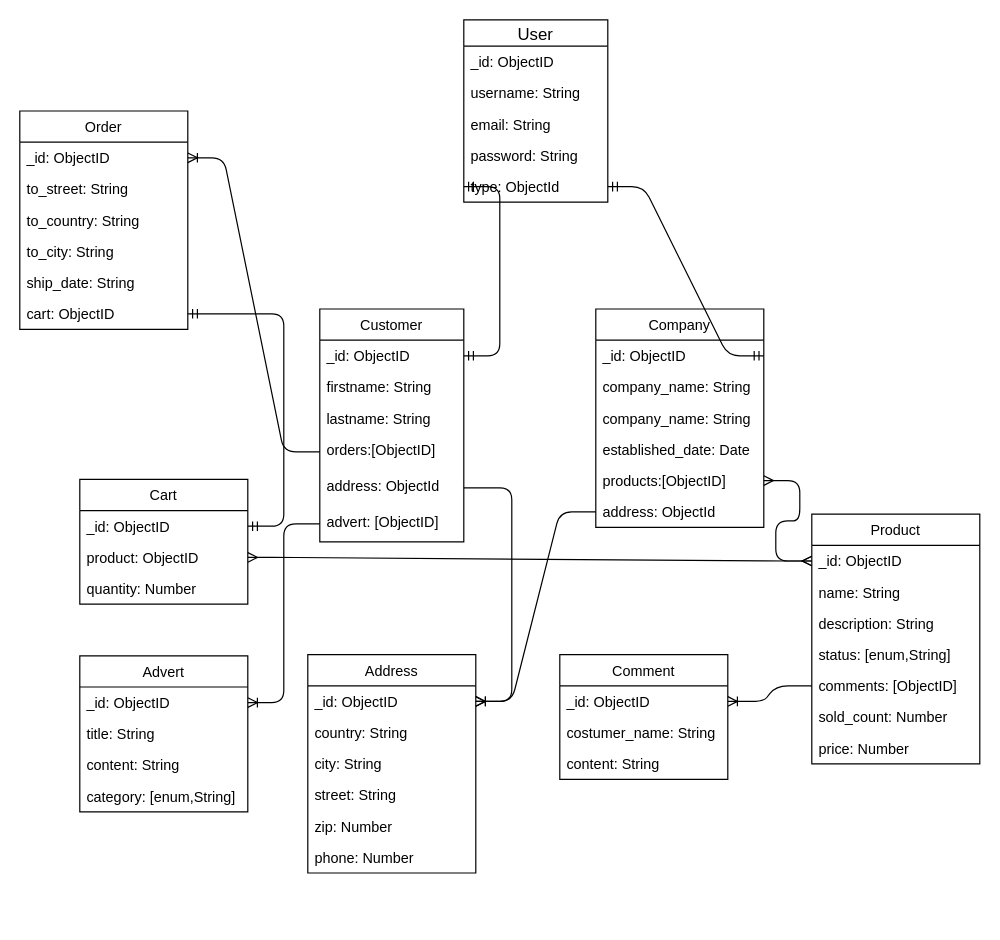
The draw.io diagram project-files/diagram/Untitled Diagram.drawio in erdimkinik0/full-stack-basic-Amzone, before the edit. Source tidied: cells renumbered, new cells numbered last; positions are measured from the earlier drawing's top-left corner, leaving out a move shared by most shapes. Both pictures are drawn from the tidied source at 120%, with x=0, y=0 at pixel (19, 19).
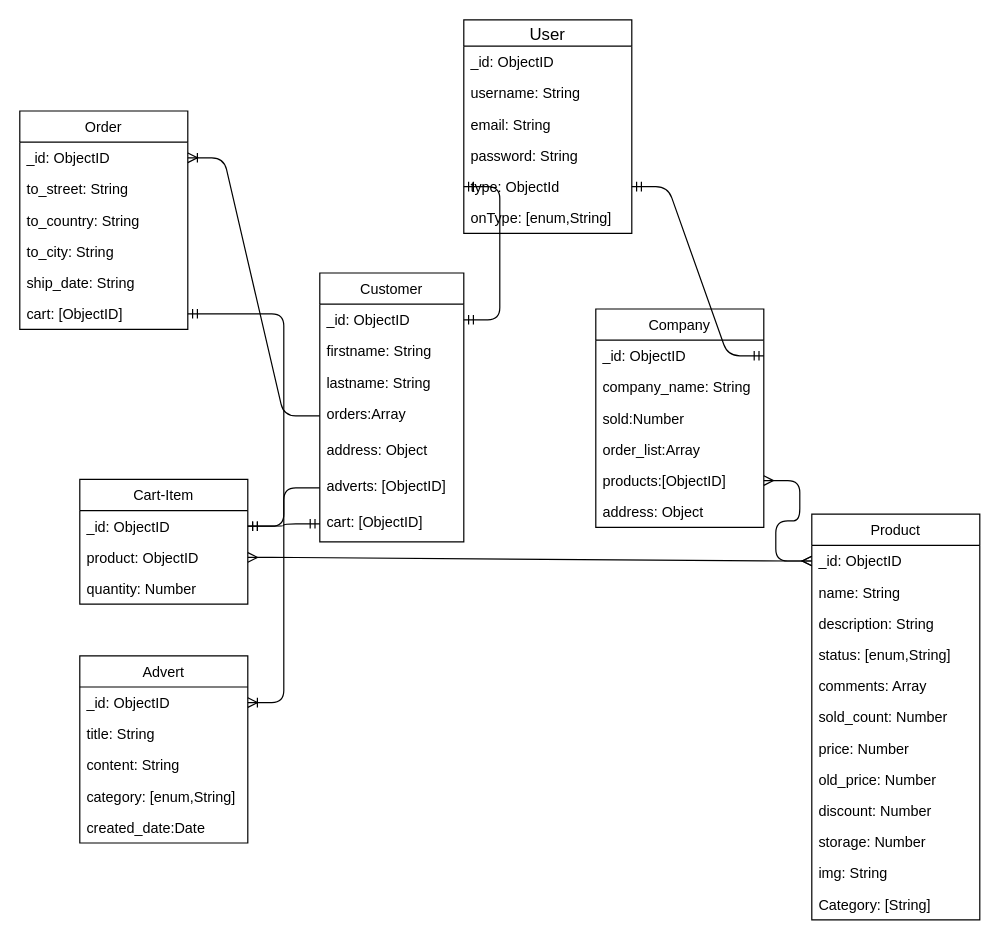
The same page after the edit.

The change refers to these unchanged cells:
```xml
<mxCell id="8" value="Company" style="swimlane;fontStyle=0;horizontal=1;startSize=26;fillColor=none;strokeWidth=1;" parent="1" vertex="1">
  <mxGeometry x="480" y="241" width="140" height="182" as="geometry" />
</mxCell>
<mxCell id="29" value="Order" style="swimlane;fontStyle=0;horizontal=1;startSize=26;fillColor=none;strokeWidth=1;" parent="1" vertex="1">
  <mxGeometry y="76" width="140" height="182" as="geometry" />
</mxCell>
<mxCell id="49" value="_id: ObjectID" style="text;strokeColor=none;fillColor=none;align=left;verticalAlign=top;spacingLeft=4;spacingRight=4;overflow=hidden;points=[[0,0.5],[1,0.5]];portConstraint=eastwest;" parent="48" vertex="1">
  <mxGeometry y="26" width="140" height="26" as="geometry" />
</mxCell>
```

What changed in the source:
```diff
@@
     <mxCell id="2" value="User" style="swimlane;fontStyle=0;horizontal=1;startSize=22;fillColor=none;swimlaneFillColor=#ffffff;align=center;fontSize=14;strokeWidth=1;" parent="1" vertex="1">
-      <mxGeometry x="370" width="120" height="152" as="geometry" />
+      <mxGeometry x="370" width="140" height="178" as="geometry" />
     </mxCell>
     <mxCell id="3" value="_id: ObjectID" style="text;strokeColor=none;fillColor=none;spacingLeft=4;spacingRight=4;overflow=hidden;fontSize=12;strokeWidth=1;" parent="2" vertex="1">
-      <mxGeometry y="22" width="120" height="26" as="geometry" />
+      <mxGeometry y="22" width="140" height="26" as="geometry" />
     </mxCell>
     <mxCell id="4" value="username: String" style="text;strokeColor=none;fillColor=none;spacingLeft=4;spacingRight=4;overflow=hidden;fontSize=12;strokeWidth=1;" parent="2" vertex="1">
-      <mxGeometry y="48" width="120" height="26" as="geometry" />
+      <mxGeometry y="48" width="140" height="26" as="geometry" />
     </mxCell>
     <mxCell id="5" value="email: String&#10;" style="text;strokeColor=none;fillColor=none;spacingLeft=4;spacingRight=4;overflow=hidden;fontSize=12;strokeWidth=1;" parent="2" vertex="1">
-      <mxGeometry y="74" width="120" height="26" as="geometry" />
+      <mxGeometry y="74" width="140" height="26" as="geometry" />
     </mxCell>
     <mxCell id="6" value="password: String" style="text;strokeColor=none;fillColor=none;spacingLeft=4;spacingRight=4;overflow=hidden;fontSize=12;strokeWidth=1;" parent="2" vertex="1">
-      <mxGeometry y="100" width="120" height="26" as="geometry" />
+      <mxGeometry y="100" width="140" height="26" as="geometry" />
     </mxCell>
     <mxCell id="7" value="type: ObjectId " style="text;strokeColor=none;fillColor=none;spacingLeft=4;spacingRight=4;overflow=hidden;points=[[0,0.5],[1,0.5]];portConstraint=eastwest;fontSize=12;strokeWidth=1;" parent="2" vertex="1">
-      <mxGeometry y="126" width="120" height="26" as="geometry" />
+      <mxGeometry y="126" width="140" height="26" as="geometry" />
     </mxCell>
+    <mxCell id="67" value="onType: [enum,String]" style="text;strokeColor=none;fillColor=none;spacingLeft=4;spacingRight=4;overflow=hidden;fontSize=12;strokeWidth=1;" parent="2" vertex="1">
+      <mxGeometry y="152" width="140" height="26" as="geometry" />
+    </mxCell>
@@
-    <mxCell id="11" value="company_name: String" style="text;strokeColor=none;fillColor=none;align=left;verticalAlign=top;spacingLeft=4;spacingRight=4;overflow=hidden;strokeWidth=1;" parent="8" vertex="1">
+    <mxCell id="11" value="sold:Number" style="text;strokeColor=none;fillColor=none;align=left;verticalAlign=top;spacingLeft=4;spacingRight=4;overflow=hidden;strokeWidth=1;" parent="8" vertex="1">
       <mxGeometry y="78" width="140" height="26" as="geometry" />
     </mxCell>
-    <mxCell id="12" value="established_date: Date" style="text;strokeColor=none;fillColor=none;align=left;verticalAlign=top;spacingLeft=4;spacingRight=4;overflow=hidden;strokeWidth=1;" parent="8" vertex="1">
+    <mxCell id="12" value="order_list:Array" style="text;strokeColor=none;fillColor=none;align=left;verticalAlign=top;spacingLeft=4;spacingRight=4;overflow=hidden;strokeWidth=1;" parent="8" vertex="1">
       <mxGeometry y="104" width="140" height="26" as="geometry" />
     </mxCell>
@@
-    <mxCell id="14" value="address: ObjectId" style="text;strokeColor=none;fillColor=none;align=left;verticalAlign=top;spacingLeft=4;spacingRight=4;overflow=hidden;points=[[0,0.5],[1,0.5]];portConstraint=eastwest;strokeWidth=1;" parent="8" vertex="1">
+    <mxCell id="14" value="address: Object" style="text;strokeColor=none;fillColor=none;align=left;verticalAlign=top;spacingLeft=4;spacingRight=4;overflow=hidden;points=[[0,0.5],[1,0.5]];portConstraint=eastwest;strokeWidth=1;" parent="8" vertex="1">
       <mxGeometry y="156" width="140" height="26" as="geometry" />
     </mxCell>
     <mxCell id="15" value="Customer" style="swimlane;fontStyle=0;horizontal=1;startSize=26;fillColor=none;strokeWidth=1;" parent="1" vertex="1">
-      <mxGeometry x="250" y="241" width="120" height="194" as="geometry" />
+      <mxGeometry x="250" y="211" width="120" height="224" as="geometry" />
     </mxCell>
@@
-    <mxCell id="19" value="orders:[ObjectID]" style="text;strokeColor=none;fillColor=none;align=left;verticalAlign=top;spacingLeft=4;spacingRight=4;overflow=hidden;points=[[0,0.5],[1,0.5]];portConstraint=eastwest;" parent="15" vertex="1">
+    <mxCell id="19" value="orders:Array" style="text;strokeColor=none;fillColor=none;align=left;verticalAlign=top;spacingLeft=4;spacingRight=4;overflow=hidden;points=[[0,0.5],[1,0.5]];portConstraint=eastwest;" parent="15" vertex="1">
       <mxGeometry y="104" width="120" height="30" as="geometry" />
     </mxCell>
-    <mxCell id="20" value="address: ObjectId" style="text;strokeColor=none;fillColor=none;align=left;verticalAlign=top;spacingLeft=4;spacingRight=4;overflow=hidden;points=[[0,0.5],[1,0.5]];portConstraint=eastwest;" parent="15" vertex="1">
+    <mxCell id="20" value="address: Object" style="text;strokeColor=none;fillColor=none;align=left;verticalAlign=top;spacingLeft=4;spacingRight=4;overflow=hidden;points=[[0,0.5],[1,0.5]];portConstraint=eastwest;" parent="15" vertex="1">
       <mxGeometry y="134" width="120" height="30" as="geometry" />
     </mxCell>
-    <mxCell id="21" value="advert: [ObjectID]" style="text;strokeColor=none;fillColor=none;align=left;verticalAlign=top;spacingLeft=4;spacingRight=4;overflow=hidden;points=[[0,0.5],[1,0.5]];portConstraint=eastwest;" parent="15" vertex="1">
+    <mxCell id="21" value="adverts: [ObjectID]" style="text;strokeColor=none;fillColor=none;align=left;verticalAlign=top;spacingLeft=4;spacingRight=4;overflow=hidden;points=[[0,0.5],[1,0.5]];portConstraint=eastwest;" parent="15" vertex="1">
       <mxGeometry y="164" width="120" height="30" as="geometry" />
     </mxCell>
-    <mxCell id="22" value="Address" style="swimlane;fontStyle=0;horizontal=1;startSize=26;fillColor=none;strokeWidth=1;" parent="1" vertex="1">
-      <mxGeometry x="240" y="529" width="140" height="182" as="geometry" />
-    </mxCell>
-    <mxCell id="23" value="_id: ObjectID" style="text;strokeColor=none;fillColor=none;align=left;verticalAlign=top;spacingLeft=4;spacingRight=4;overflow=hidden;points=[[0,0.5],[1,0.5]];portConstraint=eastwest;" parent="22" vertex="1">
-      <mxGeometry y="26" width="140" height="26" as="geometry" />
-    </mxCell>
-    <mxCell id="24" value="country: String" style="text;strokeColor=none;fillColor=none;align=left;verticalAlign=top;spacingLeft=4;spacingRight=4;overflow=hidden;" parent="22" vertex="1">
-      <mxGeometry y="52" width="140" height="26" as="geometry" />
-    </mxCell>
-    <mxCell id="25" value="city: String" style="text;strokeColor=none;fillColor=none;align=left;verticalAlign=top;spacingLeft=4;spacingRight=4;overflow=hidden;" parent="22" vertex="1">
-      <mxGeometry y="78" width="140" height="26" as="geometry" />
-    </mxCell>
-    <mxCell id="26" value="street: String" style="text;strokeColor=none;fillColor=none;align=left;verticalAlign=top;spacingLeft=4;spacingRight=4;overflow=hidden;" parent="22" vertex="1">
-      <mxGeometry y="104" width="140" height="26" as="geometry" />
-    </mxCell>
-    <mxCell id="27" value="zip: Number" style="text;strokeColor=none;fillColor=none;align=left;verticalAlign=top;spacingLeft=4;spacingRight=4;overflow=hidden;" parent="22" vertex="1">
-      <mxGeometry y="130" width="140" height="26" as="geometry" />
-    </mxCell>
-    <mxCell id="28" value="phone: Number" style="text;strokeColor=none;fillColor=none;align=left;verticalAlign=top;spacingLeft=4;spacingRight=4;overflow=hidden;" parent="22" vertex="1">
-      <mxGeometry y="156" width="140" height="26" as="geometry" />
-    </mxCell>
+    <mxCell id="68" value="cart: [ObjectID]" style="text;strokeColor=none;fillColor=none;align=left;verticalAlign=top;spacingLeft=4;spacingRight=4;overflow=hidden;points=[[0,0.5],[1,0.5]];portConstraint=eastwest;" parent="15" vertex="1">
+      <mxGeometry y="194" width="120" height="30" as="geometry" />
+    </mxCell>
@@
-    <mxCell id="35" value="cart: ObjectID" style="text;strokeColor=none;fillColor=none;align=left;verticalAlign=top;spacingLeft=4;spacingRight=4;overflow=hidden;points=[[0,0.5],[1,0.5]];portConstraint=eastwest;" parent="29" vertex="1">
+    <mxCell id="35" value="cart: [ObjectID]" style="text;strokeColor=none;fillColor=none;align=left;verticalAlign=top;spacingLeft=4;spacingRight=4;overflow=hidden;points=[[0,0.5],[1,0.5]];portConstraint=eastwest;" parent="29" vertex="1">
       <mxGeometry y="156" width="140" height="26" as="geometry" />
     </mxCell>
     <mxCell id="36" value="Product" style="swimlane;fontStyle=0;horizontal=1;startSize=26;fillColor=none;strokeWidth=1;" parent="1" vertex="1">
-      <mxGeometry x="660" y="412" width="140" height="208" as="geometry" />
+      <mxGeometry x="660" y="412" width="140" height="338" as="geometry" />
     </mxCell>
@@
-    <mxCell id="41" value="comments: [ObjectID]" style="text;strokeColor=none;fillColor=none;align=left;verticalAlign=top;spacingLeft=4;spacingRight=4;overflow=hidden;points=[[0,0.5],[1,0.5]];portConstraint=eastwest;" parent="36" vertex="1">
+    <mxCell id="41" value="comments: Array" style="text;strokeColor=none;fillColor=none;align=left;verticalAlign=top;spacingLeft=4;spacingRight=4;overflow=hidden;points=[[0,0.5],[1,0.5]];portConstraint=eastwest;" parent="36" vertex="1">
       <mxGeometry y="130" width="140" height="26" as="geometry" />
     </mxCell>
@@
-    <mxCell id="44" value="Comment" style="swimlane;fontStyle=0;horizontal=1;startSize=26;fillColor=none;strokeWidth=1;" parent="1" vertex="1">
-      <mxGeometry x="450" y="529" width="140" height="104" as="geometry" />
-    </mxCell>
-    <mxCell id="45" value="_id: ObjectID" style="text;strokeColor=none;fillColor=none;align=left;verticalAlign=top;spacingLeft=4;spacingRight=4;overflow=hidden;points=[[0,0.5],[1,0.5]];portConstraint=eastwest;" parent="44" vertex="1">
-      <mxGeometry y="26" width="140" height="26" as="geometry" />
-    </mxCell>
-    <mxCell id="46" value="costumer_name: String" style="text;strokeColor=none;fillColor=none;align=left;verticalAlign=top;spacingLeft=4;spacingRight=4;overflow=hidden;" parent="44" vertex="1">
-      <mxGeometry y="52" width="140" height="26" as="geometry" />
-    </mxCell>
-    <mxCell id="47" value="content: String" style="text;strokeColor=none;fillColor=none;align=left;verticalAlign=top;spacingLeft=4;spacingRight=4;overflow=hidden;" parent="44" vertex="1">
-      <mxGeometry y="78" width="140" height="26" as="geometry" />
-    </mxCell>
+    <mxCell id="69" value="old_price: Number" style="text;strokeColor=none;fillColor=none;align=left;verticalAlign=top;spacingLeft=4;spacingRight=4;overflow=hidden;" parent="36" vertex="1">
+      <mxGeometry y="208" width="140" height="26" as="geometry" />
+    </mxCell>
+    <mxCell id="70" value="discount: Number" style="text;strokeColor=none;fillColor=none;align=left;verticalAlign=top;spacingLeft=4;spacingRight=4;overflow=hidden;" parent="36" vertex="1">
+      <mxGeometry y="234" width="140" height="26" as="geometry" />
+    </mxCell>
+    <mxCell id="71" value="storage: Number" style="text;strokeColor=none;fillColor=none;align=left;verticalAlign=top;spacingLeft=4;spacingRight=4;overflow=hidden;" parent="36" vertex="1">
+      <mxGeometry y="260" width="140" height="26" as="geometry" />
+    </mxCell>
+    <mxCell id="72" value="img: String" style="text;strokeColor=none;fillColor=none;align=left;verticalAlign=top;spacingLeft=4;spacingRight=4;overflow=hidden;" parent="36" vertex="1">
+      <mxGeometry y="286" width="140" height="26" as="geometry" />
+    </mxCell>
+    <mxCell id="73" value="Category: [String]" style="text;strokeColor=none;fillColor=none;align=left;verticalAlign=top;spacingLeft=4;spacingRight=4;overflow=hidden;" parent="36" vertex="1">
+      <mxGeometry y="312" width="140" height="26" as="geometry" />
+    </mxCell>
-    <mxCell id="48" value="Cart" style="swimlane;fontStyle=0;horizontal=1;startSize=26;fillColor=none;strokeWidth=1;" parent="1" vertex="1">
+    <mxCell id="48" value="Cart-Item" style="swimlane;fontStyle=0;horizontal=1;startSize=26;fillColor=none;strokeWidth=1;" parent="1" vertex="1">
       <mxGeometry x="50" y="383" width="140" height="104" as="geometry" />
     </mxCell>
@@
     <mxCell id="52" value="Advert" style="swimlane;fontStyle=0;horizontal=1;startSize=26;fillColor=none;strokeWidth=1;" parent="1" vertex="1">
-      <mxGeometry x="50" y="530" width="140" height="130" as="geometry" />
+      <mxGeometry x="50" y="530" width="140" height="156" as="geometry" />
     </mxCell>
@@
+    <mxCell id="74" value="created_date:Date" style="text;strokeColor=none;fillColor=none;align=left;verticalAlign=top;spacingLeft=4;spacingRight=4;overflow=hidden;" parent="52" vertex="1">
+      <mxGeometry y="130" width="140" height="26" as="geometry" />
+    </mxCell>
@@
-    <mxCell id="63" style="edgeStyle=entityRelationEdgeStyle;fontSize=12;html=1;endArrow=ERoneToMany;" parent="1" edge="1" source="41" target="45">
-      <mxGeometry relative="1" as="geometry" />
-    </mxCell>
-    <mxCell id="64" style="edgeStyle=entityRelationEdgeStyle;fontSize=12;html=1;endArrow=ERoneToMany;" parent="1" edge="1" source="20" target="23">
-      <mxGeometry relative="1" as="geometry" />
-    </mxCell>
-    <mxCell id="65" style="edgeStyle=entityRelationEdgeStyle;fontSize=12;html=1;endArrow=ERoneToMany;" parent="1" edge="1" source="14" target="23">
-      <mxGeometry relative="1" as="geometry" />
-    </mxCell>
@@
+    <mxCell id="75" style="edgeStyle=entityRelationEdgeStyle;fontSize=12;html=1;endArrow=ERmandOne;startArrow=ERmandOne;" parent="1" edge="1" source="68" target="49">
+      <mxGeometry relative="1" as="geometry" />
+    </mxCell>
```
